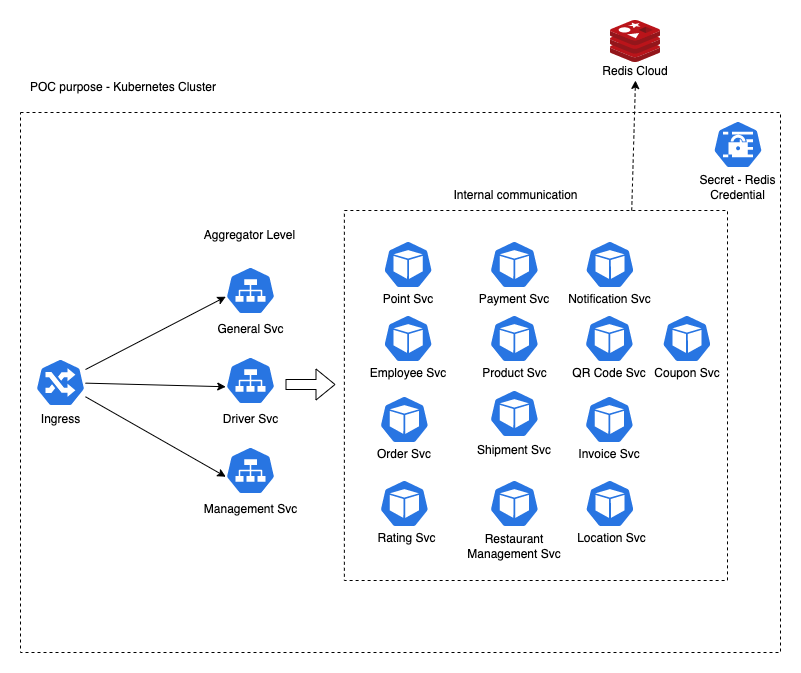
This is architecture/Technical High-Level Architecture.drawio.png from marttp/emp-friendly, a draw.io export, as it was before one commit. Source tidied: cells renumbered, new cells last; positions are measured from the earlier drawing's top-left corner, leaving out a move shared by most shapes.
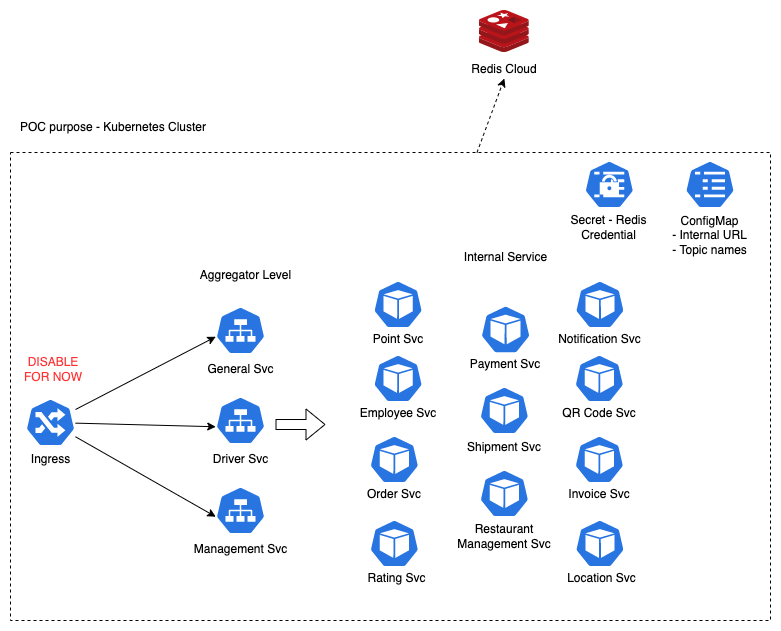
Later version of the same file.

Diff of the diagram source:
```diff
@@ -3,25 +3,22 @@
     <mxCell id="0" />
     <mxCell id="1" parent="0" />
     <mxCell id="2" style="rounded=0;whiteSpace=wrap;html=1;fillColor=none;dashed=1;strokeWidth=1;" parent="1" vertex="1">
-      <mxGeometry y="92" width="760" height="540" as="geometry" />
+      <mxGeometry y="92" width="760" height="468" as="geometry" />
     </mxCell>
-    <mxCell id="3" style="rounded=0;whiteSpace=wrap;html=1;fillColor=none;dashed=1;strokeWidth=1;" parent="1" vertex="1">
-      <mxGeometry x="323.9" y="190" width="383.1" height="370" as="geometry" />
-    </mxCell>
     <mxCell id="4" style="sketch=0;html=1;align=center;image;fontSize=12;image=img/lib/mscae/Cache_Redis_Product.svg;" parent="1" vertex="1">
-      <mxGeometry x="590" width="50" height="42" as="geometry" />
+      <mxGeometry x="468.9" y="-50" width="50" height="42" as="geometry" />
     </mxCell>
     <mxCell id="5" value="Redis Cloud" style="text;html=1;strokeColor=none;fillColor=none;align=center;verticalAlign=middle;whiteSpace=wrap;rounded=0;" parent="1" vertex="1">
-      <mxGeometry x="575" y="42" width="80" height="18" as="geometry" />
+      <mxGeometry x="453.9" width="80" height="18" as="geometry" />
     </mxCell>
     <mxCell id="6" value="POC purpose - Kubernetes Cluster" style="text;html=1;strokeColor=none;fillColor=none;align=center;verticalAlign=middle;whiteSpace=wrap;rounded=0;dashed=1;" parent="1" vertex="1">
       <mxGeometry y="52" width="206" height="30" as="geometry" />
     </mxCell>
     <mxCell id="7" style="sketch=0;html=1;dashed=0;whitespace=wrap;fillColor=#2875E2;strokeColor=#ffffff;shape=mxgraph.kubernetes.icon;prIcon=secret;" parent="1" vertex="1">
-      <mxGeometry x="692.5" y="100" width="50" height="48" as="geometry" />
+      <mxGeometry x="573.8" y="100" width="50" height="48" as="geometry" />
     </mxCell>
     <mxCell id="8" value="Secret - Redis Credential" style="text;html=1;strokeColor=none;fillColor=none;align=center;verticalAlign=middle;whiteSpace=wrap;rounded=0;dashed=1;" parent="1" vertex="1">
-      <mxGeometry x="675" y="152" width="85" height="30" as="geometry" />
+      <mxGeometry x="556.3" y="152" width="85" height="30" as="geometry" />
     </mxCell>
     <mxCell id="9" style="sketch=0;html=1;dashed=0;whitespace=wrap;fillColor=#2875E2;strokeColor=#ffffff;points=[[0.005,0.63,0],[0.1,0.2,0],[0.9,0.2,0],[0.5,0,0],[0.995,0.63,0],[0.72,0.99,0],[0.5,1,0],[0.28,0.99,0]];shape=mxgraph.kubernetes.icon;prIcon=svc;" parent="1" vertex="1">
       <mxGeometry x="205" y="246" width="50" height="48" as="geometry" />
@@ -81,16 +78,16 @@
       <mxGeometry x="355.1" y="507" width="62.5" height="22" as="geometry" />
     </mxCell>
     <mxCell id="28" style="sketch=0;html=1;dashed=0;whitespace=wrap;fillColor=#2875E2;strokeColor=#ffffff;shape=mxgraph.kubernetes.icon;prIcon=pod;" parent="1" vertex="1">
-      <mxGeometry x="468.9" y="459" width="50" height="48" as="geometry" />
+      <mxGeometry x="468.9" y="409" width="50" height="48" as="geometry" />
     </mxCell>
     <mxCell id="29" value="Restaurant Management Svc" style="text;html=1;strokeColor=none;fillColor=none;align=center;verticalAlign=middle;whiteSpace=wrap;rounded=0;dashed=1;" parent="1" vertex="1">
-      <mxGeometry x="443.9" y="515" width="100" height="22" as="geometry" />
+      <mxGeometry x="443.9" y="465" width="100" height="22" as="geometry" />
     </mxCell>
     <mxCell id="30" style="sketch=0;html=1;dashed=0;whitespace=wrap;fillColor=#2875E2;strokeColor=#ffffff;shape=mxgraph.kubernetes.icon;prIcon=pod;" parent="1" vertex="1">
-      <mxGeometry x="468.9" y="369" width="50" height="48" as="geometry" />
+      <mxGeometry x="468.9" y="326" width="50" height="48" as="geometry" />
     </mxCell>
     <mxCell id="31" value="Shipment Svc" style="text;html=1;strokeColor=none;fillColor=none;align=center;verticalAlign=middle;whiteSpace=wrap;rounded=0;dashed=1;" parent="1" vertex="1">
-      <mxGeometry x="453.9" y="419" width="80" height="22" as="geometry" />
+      <mxGeometry x="453.9" y="376" width="80" height="22" as="geometry" />
     </mxCell>
     <mxCell id="32" style="sketch=0;html=1;dashed=0;whitespace=wrap;fillColor=#2875E2;strokeColor=#ffffff;shape=mxgraph.kubernetes.icon;prIcon=pod;" parent="1" vertex="1">
       <mxGeometry x="563.9" y="375" width="50" height="48" as="geometry" />
@@ -99,17 +96,11 @@
       <mxGeometry x="555.8" y="423" width="66.2" height="22" as="geometry" />
     </mxCell>
     <mxCell id="34" style="sketch=0;html=1;dashed=0;whitespace=wrap;fillColor=#2875E2;strokeColor=#ffffff;shape=mxgraph.kubernetes.icon;prIcon=pod;" parent="1" vertex="1">
-      <mxGeometry x="468.9" y="220" width="50" height="48" as="geometry" />
+      <mxGeometry x="470.1" y="243" width="50" height="52" as="geometry" />
     </mxCell>
     <mxCell id="35" value="Payment Svc" style="text;html=1;strokeColor=none;fillColor=none;align=center;verticalAlign=middle;whiteSpace=wrap;rounded=0;dashed=1;" parent="1" vertex="1">
-      <mxGeometry x="453.9" y="268" width="80" height="22" as="geometry" />
+      <mxGeometry x="455.1" y="293" width="80" height="22" as="geometry" />
     </mxCell>
-    <mxCell id="36" style="sketch=0;html=1;dashed=0;whitespace=wrap;fillColor=#2875E2;strokeColor=#ffffff;shape=mxgraph.kubernetes.icon;prIcon=pod;" parent="1" vertex="1">
-      <mxGeometry x="468.9" y="294" width="50" height="48" as="geometry" />
-    </mxCell>
-    <mxCell id="37" value="Product Svc" style="text;html=1;strokeColor=none;fillColor=none;align=center;verticalAlign=middle;whiteSpace=wrap;rounded=0;dashed=1;" parent="1" vertex="1">
-      <mxGeometry x="457.6" y="342" width="72.5" height="22" as="geometry" />
-    </mxCell>
     <mxCell id="38" style="sketch=0;html=1;dashed=0;whitespace=wrap;fillColor=#2875E2;strokeColor=#ffffff;shape=mxgraph.kubernetes.icon;prIcon=pod;" parent="1" vertex="1">
       <mxGeometry x="563.9" y="294" width="50" height="48" as="geometry" />
     </mxCell>
@@ -122,8 +113,8 @@
     <mxCell id="41" value="Notification Svc" style="text;html=1;strokeColor=none;fillColor=none;align=center;verticalAlign=middle;whiteSpace=wrap;rounded=0;dashed=1;" parent="1" vertex="1">
       <mxGeometry x="543.9" y="268" width="91.1" height="22" as="geometry" />
     </mxCell>
-    <mxCell id="42" value="Internal communication" style="text;html=1;strokeColor=none;fillColor=none;align=center;verticalAlign=middle;whiteSpace=wrap;rounded=0;dashed=1;" parent="1" vertex="1">
-      <mxGeometry x="424.7" y="160" width="140.9" height="30" as="geometry" />
+    <mxCell id="42" value="Internal Service" style="text;html=1;strokeColor=none;fillColor=none;align=center;verticalAlign=middle;whiteSpace=wrap;rounded=0;dashed=1;" parent="1" vertex="1">
+      <mxGeometry x="424.7" y="182" width="140.9" height="30" as="geometry" />
     </mxCell>
     <mxCell id="43" style="shape=flexArrow;endArrow=classic;html=1;rounded=0;" parent="1" edge="1">
       <mxGeometry relative="1" as="geometry">
@@ -132,9 +123,9 @@
       </mxGeometry>
     </mxCell>
     <mxCell id="44" value="Aggregator Level" style="text;html=1;strokeColor=none;fillColor=none;align=center;verticalAlign=middle;whiteSpace=wrap;rounded=0;dashed=1;" parent="1" vertex="1">
-      <mxGeometry x="172.3" y="200" width="115.4" height="30" as="geometry" />
+      <mxGeometry x="177.5" y="200" width="115.4" height="30" as="geometry" />
     </mxCell>
-    <mxCell id="45" style="endArrow=classic;html=1;rounded=0;exitX=0.75;exitY=0;exitDx=0;exitDy=0;entryX=0.5;entryY=1;entryDx=0;entryDy=0;dashed=1;" parent="1" edge="1" source="3" target="5">
+    <mxCell id="45" style="endArrow=classic;html=1;rounded=0;entryX=0.5;entryY=1;entryDx=0;entryDy=0;dashed=1;" parent="1" edge="1" source="2" target="5">
       <mxGeometry relative="1" as="geometry" />
     </mxCell>
     <mxCell id="46" style="sketch=0;html=1;dashed=0;whitespace=wrap;fillColor=#2875E2;strokeColor=#ffffff;shape=mxgraph.kubernetes.icon;prIcon=pod;" parent="1" vertex="1">
@@ -143,11 +134,14 @@
     <mxCell id="47" value="Location Svc" style="text;html=1;strokeColor=none;fillColor=none;align=center;verticalAlign=middle;whiteSpace=wrap;rounded=0;dashed=1;" parent="1" vertex="1">
       <mxGeometry x="556.3" y="507" width="70.7" height="22" as="geometry" />
     </mxCell>
-    <mxCell id="48" style="sketch=0;html=1;dashed=0;whitespace=wrap;fillColor=#2875E2;strokeColor=#ffffff;shape=mxgraph.kubernetes.icon;prIcon=pod;" parent="1" vertex="1">
-      <mxGeometry x="641.4" y="294" width="50" height="48" as="geometry" />
-    </mxCell>
-    <mxCell id="49" value="Coupon Svc" style="text;html=1;strokeColor=none;fillColor=none;align=center;verticalAlign=middle;whiteSpace=wrap;rounded=0;dashed=1;" parent="1" vertex="1">
-      <mxGeometry x="622" y="345.5" width="90" height="15" as="geometry" />
-    </mxCell>
+    <mxCell id="50" value="&lt;font color=&quot;#ff3333&quot;&gt;DISABLE FOR NOW&lt;/font&gt;" style="text;html=1;strokeColor=none;fillColor=none;align=center;verticalAlign=middle;whiteSpace=wrap;rounded=0;" parent="1" vertex="1">
+      <mxGeometry x="12.5" y="294" width="60" height="30" as="geometry" />
+    </mxCell>
+    <mxCell id="51" style="sketch=0;html=1;dashed=0;whitespace=wrap;fillColor=#2875E2;strokeColor=#ffffff;shape=mxgraph.kubernetes.icon;prIcon=cm;fontColor=#FF3333;" parent="1" vertex="1">
+      <mxGeometry x="674.5" y="100" width="50" height="48" as="geometry" />
+    </mxCell>
+    <mxCell id="52" value="ConfigMap&lt;br&gt;- Internal URL&lt;br&gt;- Topic names" style="text;html=1;strokeColor=none;fillColor=none;align=center;verticalAlign=middle;whiteSpace=wrap;rounded=0;dashed=1;" parent="1" vertex="1">
+      <mxGeometry x="657" y="160" width="85" height="30" as="geometry" />
+    </mxCell>
   </root>
 </mxGraphModel>
```
